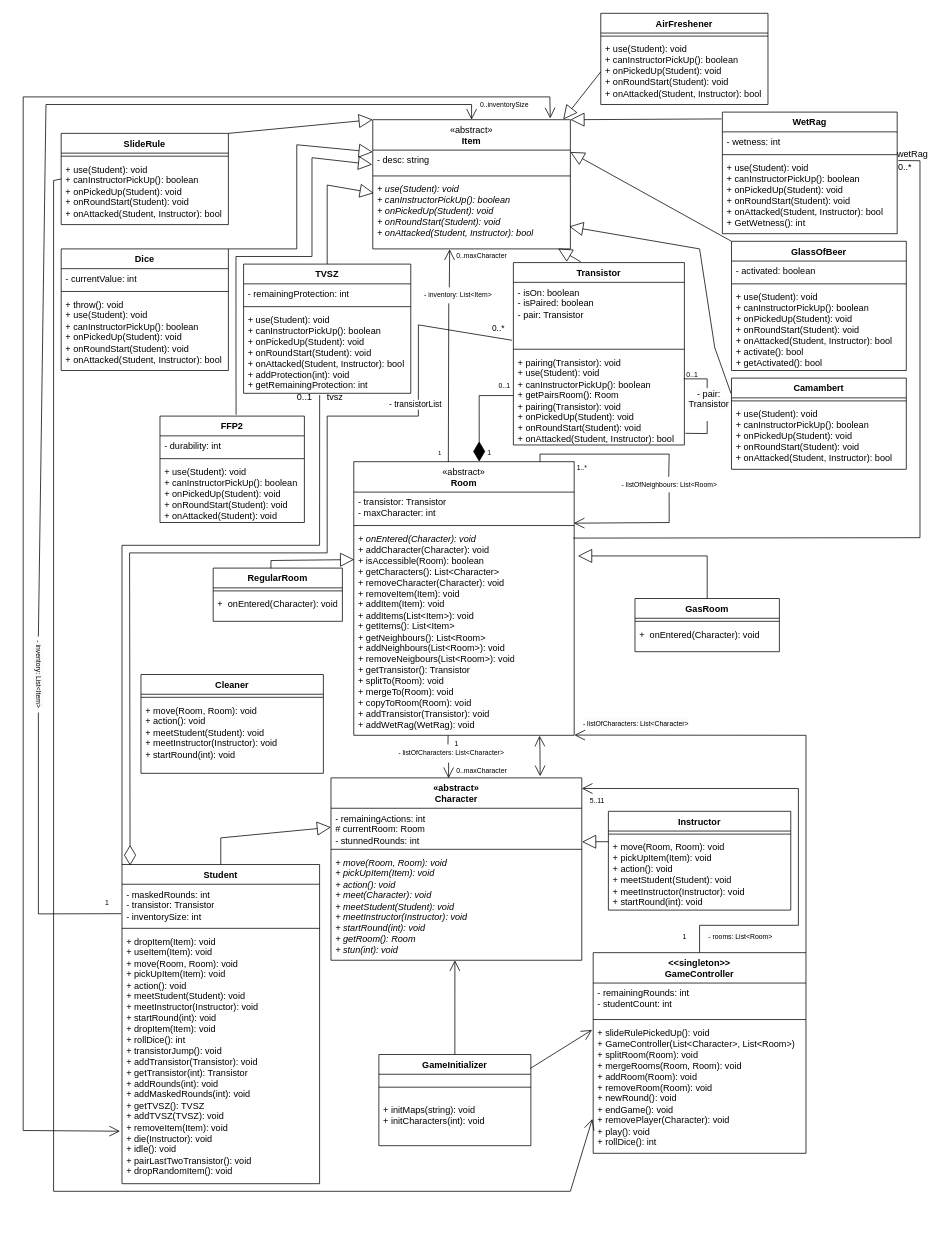
Before: Beadások/6. Beadás/Változás-Class Diagram.drawio in XanleR/U.B.R.---Projlab-2024, a draw.io diagram. Source tidied: cells renumbered, new cells numbered last; positions are measured from the earlier drawing's top-left corner, leaving out a move shared by most shapes. Both pictures are drawn from the tidied source at 76%, with x=0, y=0 at pixel (0, 13).
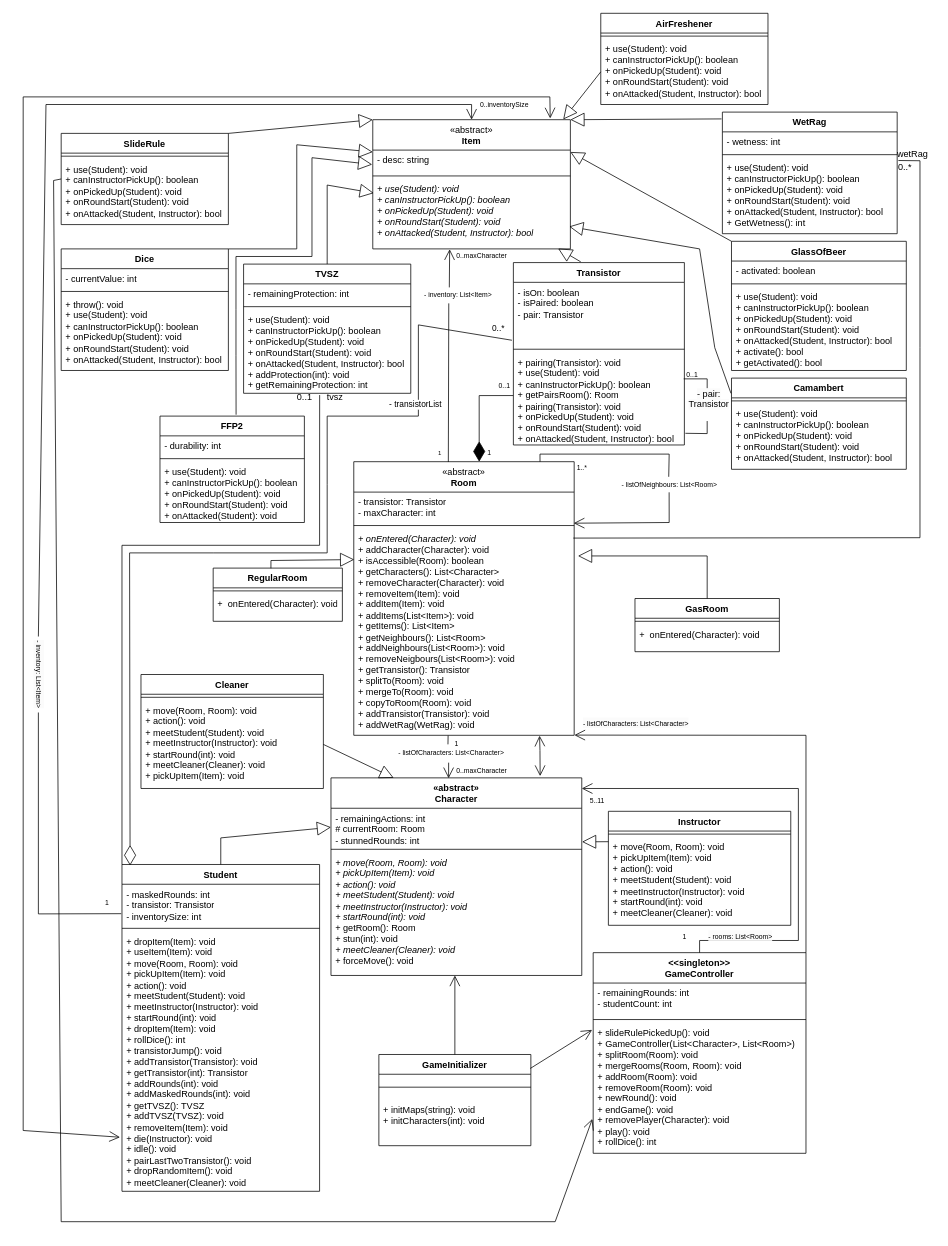
The same diagram, later.

The change refers to these unchanged cells:
```xml
<mxCell id="25" value="SlideRule" style="swimlane;fontStyle=1;align=center;verticalAlign=top;horizontal=1;startSize=26;whiteSpace=wrap;html=1;" parent="1" vertex="1">
  <mxGeometry x="80" y="158" width="220" height="120" as="geometry" />
</mxCell>
<mxCell id="51" value="&lt;div&gt;&amp;lt;&amp;lt;singleton&amp;gt;&amp;gt;&lt;/div&gt;GameController" style="swimlane;fontStyle=1;align=center;verticalAlign=top;horizontal=1;startSize=40;whiteSpace=wrap;html=1;" parent="1" vertex="1">
  <mxGeometry x="780" y="1236" width="280" height="264" as="geometry" />
</mxCell>
<mxCell id="54" value="+ slideRulePickedUp(): void&lt;div&gt;+ GameController(List&amp;lt;Character&amp;gt;, List&amp;lt;Room&amp;gt;)&lt;/div&gt;&lt;div&gt;+ splitRoom(Room): void&lt;/div&gt;&lt;div&gt;+ mergeRooms(Room, Room): void&lt;/div&gt;&lt;div&gt;+ addRoom(Room): void&lt;/div&gt;&lt;div&gt;+ removeRoom(Room): void&lt;/div&gt;&lt;div&gt;+ newRound(): void&lt;/div&gt;&lt;div&gt;+ endGame(): void&lt;/div&gt;&lt;div&gt;+ removePlayer(Character): void&lt;/div&gt;&lt;div&gt;+ play(): void&lt;/div&gt;&lt;div&gt;+ rollDice(): int&lt;/div&gt;" style="text;strokeColor=none;fillColor=none;align=left;verticalAlign=top;spacingLeft=4;spacingRight=4;overflow=hidden;points=[[0,0.5],[1,0.5]];portConstraint=eastwest;whiteSpace=wrap;html=1;" parent="51" vertex="1">
  <mxGeometry y="92" width="280" height="172" as="geometry" />
</mxCell>
```

What changed in the source:
```diff
@@
     <mxCell id="39" value="«abstract»&lt;br style=&quot;border-color: var(--border-color);&quot;&gt;Character" style="swimlane;fontStyle=1;align=center;verticalAlign=top;horizontal=1;startSize=40;whiteSpace=wrap;html=1;" parent="1" vertex="1">
-      <mxGeometry x="435" y="1006" width="330" height="240" as="geometry" />
+      <mxGeometry x="435" y="1006" width="330" height="260" as="geometry" />
     </mxCell>
@@
-    <mxCell id="42" value="&lt;i&gt;+ move(Room, Room): void&lt;br&gt;+ pickUpItem(Item): void&lt;br&gt;+ action(): void&lt;/i&gt;&lt;div&gt;&lt;i&gt;+ meet(Character): void&lt;br&gt;+ meetStudent(Student): void&lt;br&gt;+ meetInstructor(Instructor): void&lt;/i&gt;&lt;div&gt;&lt;i&gt;+ startRound(int): void&lt;/i&gt;&lt;/div&gt;&lt;div&gt;&lt;i&gt;+ getRoom(): Room&lt;/i&gt;&lt;/div&gt;&lt;div&gt;&lt;i&gt;+ stun(int): void&lt;/i&gt;&lt;/div&gt;&lt;/div&gt;" style="text;strokeColor=none;fillColor=none;align=left;verticalAlign=top;spacingLeft=4;spacingRight=4;overflow=hidden;points=[[0,0.5],[1,0.5]];portConstraint=eastwest;whiteSpace=wrap;html=1;" parent="39" vertex="1">
-      <mxGeometry y="98" width="330" height="142" as="geometry" />
+    <mxCell id="42" value="&lt;i&gt;+ move(Room, Room): void&lt;br&gt;+ pickUpItem(Item): void&lt;br&gt;+ action(): void&lt;/i&gt;&lt;div&gt;&lt;i&gt;+ meetStudent(Student): void&lt;br&gt;+ meetInstructor(Instructor): void&lt;/i&gt;&lt;div&gt;&lt;i&gt;+ startRound(int): void&lt;/i&gt;&lt;/div&gt;&lt;div&gt;+ getRoom(): Room&lt;/div&gt;&lt;div&gt;+ stun(int): void&lt;/div&gt;&lt;/div&gt;&lt;div&gt;&lt;i&gt;+ meetCleaner(Cleaner): void&lt;/i&gt;&lt;/div&gt;&lt;div&gt;+ forceMove(): void&lt;/div&gt;" style="text;strokeColor=none;fillColor=none;align=left;verticalAlign=top;spacingLeft=4;spacingRight=4;overflow=hidden;points=[[0,0.5],[1,0.5]];portConstraint=eastwest;whiteSpace=wrap;html=1;" parent="39" vertex="1">
+      <mxGeometry y="98" width="330" height="162" as="geometry" />
     </mxCell>
     <mxCell id="43" value="Student" style="swimlane;fontStyle=1;align=center;verticalAlign=top;horizontal=1;startSize=26;whiteSpace=wrap;html=1;" parent="1" vertex="1">
-      <mxGeometry x="160" y="1120" width="260" height="420" as="geometry" />
+      <mxGeometry x="160" y="1120" width="260" height="430" as="geometry" />
     </mxCell>
@@
-    <mxCell id="46" value="+ dropItem(Item): void&lt;br&gt;+ useItem(Item): void&lt;div&gt;+ move(Room, Room): void&lt;br&gt;+ pickUpItem(Item): void&lt;br&gt;+ action(): void&lt;br&gt;+ meetStudent(Student): void&lt;br&gt;+ meetInstructor(Instructor): void&lt;div&gt;+ startRound(int): void&lt;/div&gt;&lt;/div&gt;&lt;div&gt;&lt;span style=&quot;background-color: initial;&quot;&gt;+ dropItem(Item): void&lt;/span&gt;&lt;br&gt;&lt;/div&gt;&lt;div&gt;+ rollDice(): int&lt;/div&gt;&lt;div&gt;+ transistorJump(): void&lt;/div&gt;&lt;div&gt;+ addTransistor(Transistor): void&lt;/div&gt;&lt;div&gt;+ getTransistor(int): Transistor&lt;/div&gt;&lt;div&gt;+ addRounds(int): void&lt;/div&gt;&lt;div&gt;+ addMaskedRounds(int): void&lt;/div&gt;&lt;div&gt;+ getTVSZ(): TVSZ&lt;/div&gt;&lt;div&gt;+ addTVSZ(TVSZ): void&lt;/div&gt;&lt;div&gt;+ removeItem(Item): void&lt;/div&gt;&lt;div&gt;+ die(Instructor): void&lt;/div&gt;&lt;div&gt;+ idle(): void&lt;/div&gt;&lt;div&gt;+ pairLastTwoTransistor(): void&lt;/div&gt;&lt;div&gt;+ dropRandomItem(): void&lt;/div&gt;" style="text;strokeColor=none;fillColor=none;align=left;verticalAlign=top;spacingLeft=4;spacingRight=4;overflow=hidden;points=[[0,0.5],[1,0.5]];portConstraint=eastwest;whiteSpace=wrap;html=1;" parent="43" vertex="1">
-      <mxGeometry y="88" width="260" height="332" as="geometry" />
+    <mxCell id="46" value="+ dropItem(Item): void&lt;br&gt;+ useItem(Item): void&lt;div&gt;+ move(Room, Room): void&lt;br&gt;+ pickUpItem(Item): void&lt;br&gt;+ action(): void&lt;br&gt;+ meetStudent(Student): void&lt;br&gt;+ meetInstructor(Instructor): void&lt;div&gt;+ startRound(int): void&lt;/div&gt;&lt;/div&gt;&lt;div&gt;&lt;span style=&quot;background-color: initial;&quot;&gt;+ dropItem(Item): void&lt;/span&gt;&lt;br&gt;&lt;/div&gt;&lt;div&gt;+ rollDice(): int&lt;/div&gt;&lt;div&gt;+ transistorJump(): void&lt;/div&gt;&lt;div&gt;+ addTransistor(Transistor): void&lt;/div&gt;&lt;div&gt;+ getTransistor(int): Transistor&lt;/div&gt;&lt;div&gt;+ addRounds(int): void&lt;/div&gt;&lt;div&gt;+ addMaskedRounds(int): void&lt;/div&gt;&lt;div&gt;+ getTVSZ(): TVSZ&lt;/div&gt;&lt;div&gt;+ addTVSZ(TVSZ): void&lt;/div&gt;&lt;div&gt;+ removeItem(Item): void&lt;/div&gt;&lt;div&gt;+ die(Instructor): void&lt;/div&gt;&lt;div&gt;+ idle(): void&lt;/div&gt;&lt;div&gt;+ pairLastTwoTransistor(): void&lt;/div&gt;&lt;div&gt;+ dropRandomItem(): void&lt;/div&gt;&lt;div&gt;+ meetCleaner(Cleaner): void&lt;br&gt;&lt;/div&gt;" style="text;strokeColor=none;fillColor=none;align=left;verticalAlign=top;spacingLeft=4;spacingRight=4;overflow=hidden;points=[[0,0.5],[1,0.5]];portConstraint=eastwest;whiteSpace=wrap;html=1;" parent="43" vertex="1">
+      <mxGeometry y="88" width="260" height="342" as="geometry" />
     </mxCell>
     <mxCell id="47" value="Instructor" style="swimlane;fontStyle=1;align=center;verticalAlign=top;horizontal=1;startSize=26;whiteSpace=wrap;html=1;" parent="1" vertex="1">
-      <mxGeometry x="800" y="1050" width="240" height="130" as="geometry" />
+      <mxGeometry x="800" y="1050" width="240" height="150" as="geometry" />
     </mxCell>
@@
-    <mxCell id="49" value="+ move(Room, Room): void&lt;br&gt;+ pickUpItem(Item): void&lt;br&gt;+ action(): void&lt;br&gt;+ meetStudent(Student): void&lt;br&gt;+ meetInstructor(Instructor): void&lt;div&gt;+ startRound(int): void&lt;/div&gt;" style="text;strokeColor=none;fillColor=none;align=left;verticalAlign=top;spacingLeft=4;spacingRight=4;overflow=hidden;whiteSpace=wrap;html=1;" parent="47" vertex="1">
-      <mxGeometry y="34" width="240" height="96" as="geometry" />
+    <mxCell id="49" value="+ move(Room, Room): void&lt;br&gt;+ pickUpItem(Item): void&lt;br&gt;+ action(): void&lt;br&gt;+ meetStudent(Student): void&lt;br&gt;+ meetInstructor(Instructor): void&lt;div&gt;+ startRound(int): void&lt;/div&gt;&lt;div&gt;+ meetCleaner(Cleaner): void&lt;br&gt;&lt;/div&gt;" style="text;strokeColor=none;fillColor=none;align=left;verticalAlign=top;spacingLeft=4;spacingRight=4;overflow=hidden;whiteSpace=wrap;html=1;" parent="47" vertex="1">
+      <mxGeometry y="34" width="240" height="116" as="geometry" />
     </mxCell>
@@
     <mxCell id="65" style="endArrow=open;endFill=1;endSize=12;html=1;rounded=0;exitX=0;exitY=0.5;exitDx=0;exitDy=0;entryX=-0.004;entryY=0.737;entryDx=0;entryDy=0;entryPerimeter=0;" parent="1" edge="1" source="25" target="54">
       <mxGeometry relative="1" as="geometry">
         <Array as="points">
           <mxPoint x="70" y="220" />
-          <mxPoint x="70" y="1550" />
-          <mxPoint x="750" y="1550" />
+          <mxPoint x="80" y="1590" />
+          <mxPoint x="730" y="1590" />
         </Array>
       </mxGeometry>
     </mxCell>
@@
     <mxCell id="102" style="endArrow=open;endFill=1;endSize=12;html=1;rounded=0;exitX=0.5;exitY=0;exitDx=0;exitDy=0;entryX=1.003;entryY=0.036;entryDx=0;entryDy=0;entryPerimeter=0;" parent="1" edge="1" source="51">
       <mxGeometry relative="1" as="geometry">
         <mxPoint x="765" y="1020" as="targetPoint" />
         <Array as="points">
-          <mxPoint x="920" y="1200" />
-          <mxPoint x="1050" y="1200" />
+          <mxPoint x="920" y="1220" />
+          <mxPoint x="1050" y="1220" />
           <mxPoint x="1050" y="1020" />
         </Array>
       </mxGeometry>
     </mxCell>
@@
     <mxCell id="127" value="Cleaner" style="swimlane;fontStyle=1;align=center;verticalAlign=top;horizontal=1;startSize=26;whiteSpace=wrap;html=1;" parent="1" vertex="1">
-      <mxGeometry x="185" y="870" width="240" height="130" as="geometry" />
+      <mxGeometry x="185" y="870" width="240" height="150" as="geometry" />
     </mxCell>
@@
-    <mxCell id="129" value="+ move(Room, Room): void&lt;br&gt;+ action(): void&lt;br&gt;+ meetStudent(Student): void&lt;br&gt;+ meetInstructor(Instructor): void&lt;div&gt;+ startRound(int): void&lt;/div&gt;" style="text;strokeColor=none;fillColor=none;align=left;verticalAlign=top;spacingLeft=4;spacingRight=4;overflow=hidden;points=[[0,0.5],[1,0.5]];portConstraint=eastwest;whiteSpace=wrap;html=1;" parent="127" vertex="1">
-      <mxGeometry y="34" width="240" height="96" as="geometry" />
+    <mxCell id="129" value="+ move(Room, Room): void&lt;br&gt;+ action(): void&lt;br&gt;+ meetStudent(Student): void&lt;br&gt;+ meetInstructor(Instructor): void&lt;div&gt;+ startRound(int): void&lt;/div&gt;&lt;div&gt;+ meetCleaner(Cleaner): void&lt;br&gt;&lt;/div&gt;&lt;div&gt;+ pickUpItem(Item): void&lt;br&gt;&lt;/div&gt;" style="text;strokeColor=none;fillColor=none;align=left;verticalAlign=top;spacingLeft=4;spacingRight=4;overflow=hidden;points=[[0,0.5],[1,0.5]];portConstraint=eastwest;whiteSpace=wrap;html=1;" parent="127" vertex="1">
+      <mxGeometry y="34" width="240" height="116" as="geometry" />
     </mxCell>
+    <mxCell id="130" style="endArrow=block;endSize=16;endFill=0;html=1;rounded=0;exitX=1;exitY=0.5;exitDx=0;exitDy=0;entryX=0.25;entryY=0;entryDx=0;entryDy=0;" parent="1" edge="1" source="129" target="39">
+      <mxGeometry relative="1" as="geometry" />
+    </mxCell>
```
